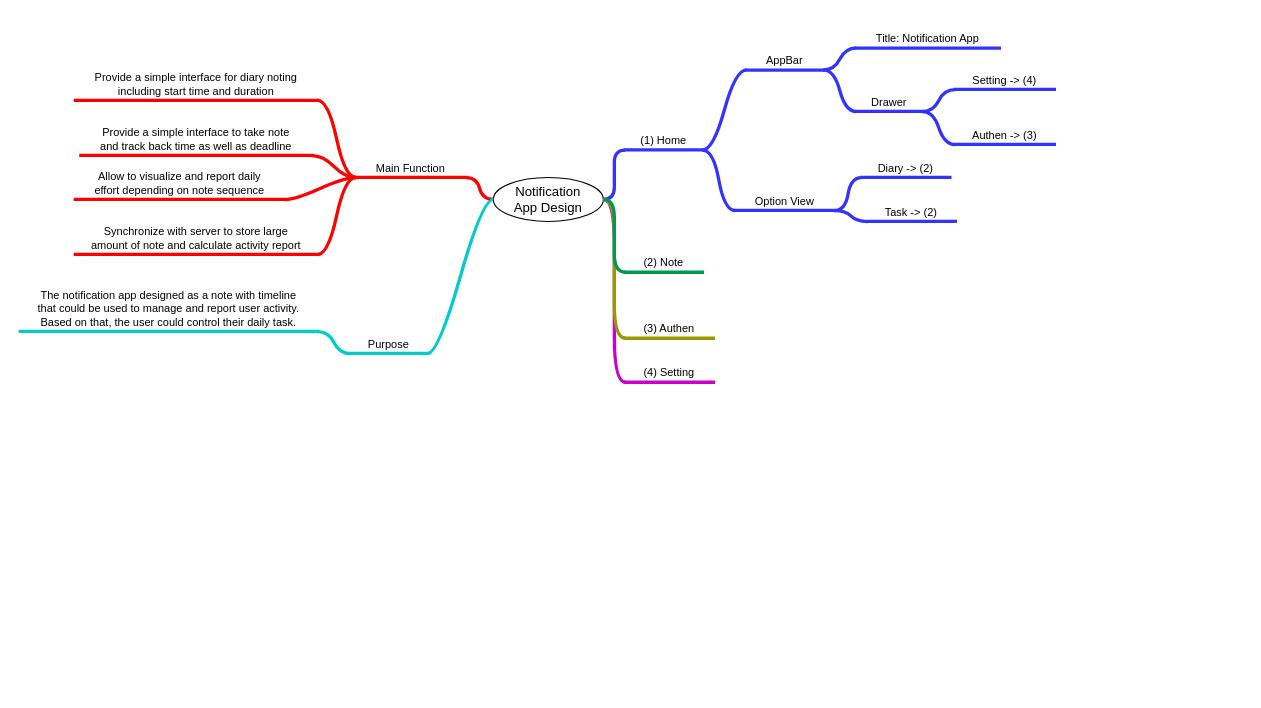
Above: frontend/docs/app_design.drawio in larycoder/notification (draw.io), before the change. Source tidied: cells renumbered, new cells numbered last; positions are measured from the earlier drawing's top-left corner, leaving out a move shared by most shapes. Both pictures are drawn from the tidied source at 110%, with x=0, y=0 at pixel (20, 19).
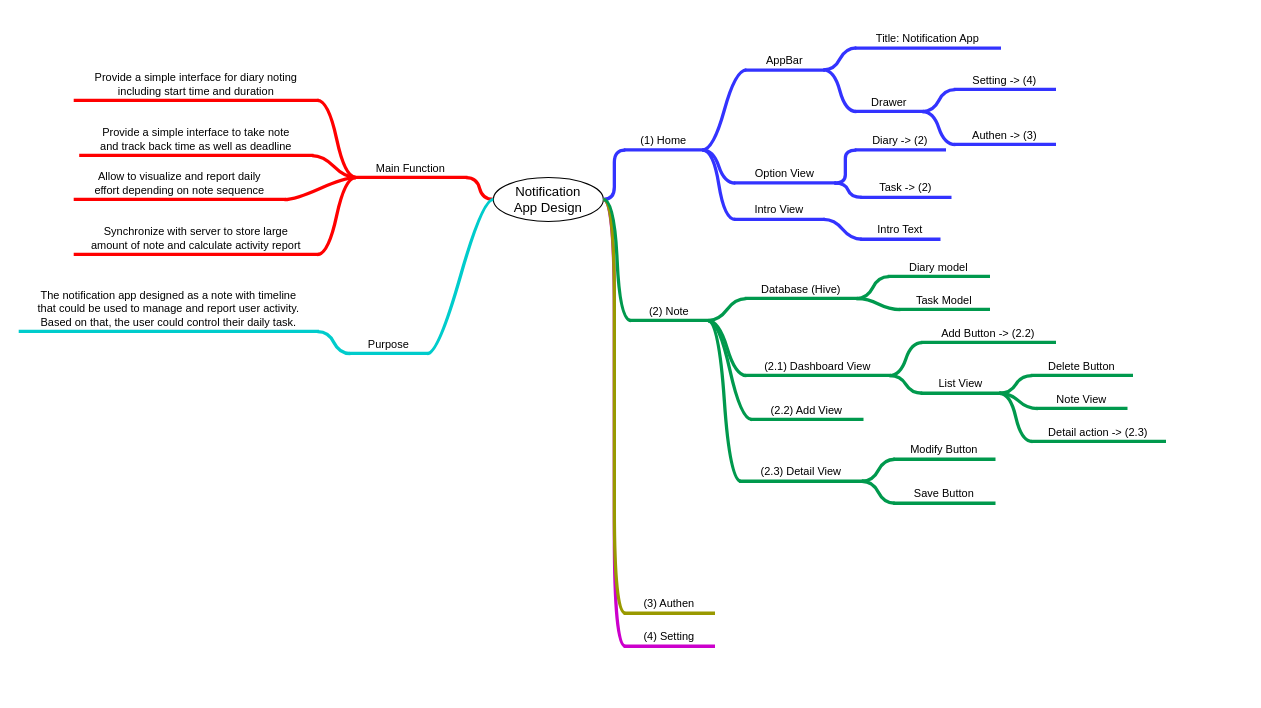
Above is the later version.

Commit message (it also covers changes not shown here):
LH    : update design for note view and add database package

The change refers to these unchanged cells:
```xml
<mxCell id="2" style="swimlane;startSize=0;horizontal=1;containerType=tree;strokeColor=none;" parent="1" vertex="1">
  <mxGeometry x="70" width="1040" height="610" as="geometry" />
</mxCell>
<mxCell id="18" value="(1) Home" style="whiteSpace=wrap;html=1;shape=partialRectangle;top=0;left=0;bottom=1;right=0;points=[[0,1],[1,1]];fillColor=none;align=center;verticalAlign=bottom;routingCenterY=0.5;snapToPoint=1;newEdgeStyle={&quot;edgeStyle&quot;:&quot;entityRelationEdgeStyle&quot;,&quot;startArrow&quot;:&quot;none&quot;,&quot;endArrow&quot;:&quot;none&quot;,&quot;segment&quot;:10,&quot;curved&quot;:1};fontSize=10;strokeColor=#3333FF;strokeWidth=3;" parent="2" vertex="1">
  <mxGeometry x="480" y="98.8" width="70" height="20" as="geometry" />
</mxCell>
```

Change to the diagram source:
```diff
@@
     <mxCell id="22" value="Option View" style="whiteSpace=wrap;html=1;shape=partialRectangle;top=0;left=0;bottom=1;right=0;points=[[0,1],[1,1]];fillColor=none;align=center;verticalAlign=bottom;routingCenterY=0.5;snapToPoint=1;newEdgeStyle={&quot;edgeStyle&quot;:&quot;entityRelationEdgeStyle&quot;,&quot;startArrow&quot;:&quot;none&quot;,&quot;endArrow&quot;:&quot;none&quot;,&quot;segment&quot;:10,&quot;curved&quot;:1};fontSize=10;strokeColor=#3333FF;strokeWidth=3;" parent="2" vertex="1">
-      <mxGeometry x="580" y="153.8" width="90" height="20" as="geometry" />
+      <mxGeometry x="580" y="128.8" width="90" height="20" as="geometry" />
     </mxCell>
@@
     <mxCell id="32" value="Diary -&amp;gt; (2)" style="whiteSpace=wrap;html=1;shape=partialRectangle;top=0;left=0;bottom=1;right=0;points=[[0,1],[1,1]];fillColor=none;align=center;verticalAlign=bottom;routingCenterY=0.5;snapToPoint=1;newEdgeStyle={&quot;edgeStyle&quot;:&quot;entityRelationEdgeStyle&quot;,&quot;startArrow&quot;:&quot;none&quot;,&quot;endArrow&quot;:&quot;none&quot;,&quot;segment&quot;:10,&quot;curved&quot;:1};fontSize=10;strokeColor=#3333FF;strokeWidth=3;" parent="2" vertex="1">
-      <mxGeometry x="695" y="123.8" width="80" height="20" as="geometry" />
+      <mxGeometry x="690" y="98.8" width="80" height="20" as="geometry" />
     </mxCell>
@@
     <mxCell id="34" value="Task -&amp;gt; (2)" style="whiteSpace=wrap;html=1;shape=partialRectangle;top=0;left=0;bottom=1;right=0;points=[[0,1],[1,1]];fillColor=none;align=center;verticalAlign=bottom;routingCenterY=0.5;snapToPoint=1;newEdgeStyle={&quot;edgeStyle&quot;:&quot;entityRelationEdgeStyle&quot;,&quot;startArrow&quot;:&quot;none&quot;,&quot;endArrow&quot;:&quot;none&quot;,&quot;segment&quot;:10,&quot;curved&quot;:1};fontSize=10;strokeColor=#3333FF;strokeWidth=3;" parent="2" vertex="1">
-      <mxGeometry x="700" y="163.8" width="80" height="20" as="geometry" />
+      <mxGeometry x="695" y="141.9" width="80" height="20" as="geometry" />
     </mxCell>
@@
     <mxCell id="36" value="(4) Setting" style="whiteSpace=wrap;html=1;shape=partialRectangle;top=0;left=0;bottom=1;right=0;points=[[0,1],[1,1]];fillColor=none;align=center;verticalAlign=bottom;routingCenterY=0.5;snapToPoint=1;newEdgeStyle={&quot;edgeStyle&quot;:&quot;entityRelationEdgeStyle&quot;,&quot;startArrow&quot;:&quot;none&quot;,&quot;endArrow&quot;:&quot;none&quot;,&quot;segment&quot;:10,&quot;curved&quot;:1};fontSize=10;strokeColor=#CC00CC;strokeWidth=3;" parent="2" vertex="1">
-      <mxGeometry x="480" y="310" width="80" height="20" as="geometry" />
+      <mxGeometry x="480" y="550" width="80" height="20" as="geometry" />
     </mxCell>
@@
     <mxCell id="38" value="(3) Authen" style="whiteSpace=wrap;html=1;shape=partialRectangle;top=0;left=0;bottom=1;right=0;points=[[0,1],[1,1]];fillColor=none;align=center;verticalAlign=bottom;routingCenterY=0.5;snapToPoint=1;newEdgeStyle={&quot;edgeStyle&quot;:&quot;entityRelationEdgeStyle&quot;,&quot;startArrow&quot;:&quot;none&quot;,&quot;endArrow&quot;:&quot;none&quot;,&quot;segment&quot;:10,&quot;curved&quot;:1};fontSize=10;strokeColor=#999900;strokeWidth=3;" parent="2" vertex="1">
-      <mxGeometry x="480" y="270" width="80" height="20" as="geometry" />
+      <mxGeometry x="480" y="520" width="80" height="20" as="geometry" />
     </mxCell>
@@
     <mxCell id="40" value="(2) Note" style="whiteSpace=wrap;html=1;shape=partialRectangle;top=0;left=0;bottom=1;right=0;points=[[0,1],[1,1]];fillColor=none;align=center;verticalAlign=bottom;routingCenterY=0.5;snapToPoint=1;newEdgeStyle={&quot;edgeStyle&quot;:&quot;entityRelationEdgeStyle&quot;,&quot;startArrow&quot;:&quot;none&quot;,&quot;endArrow&quot;:&quot;none&quot;,&quot;segment&quot;:10,&quot;curved&quot;:1};fontSize=10;strokeColor=#00994D;strokeWidth=3;" parent="2" vertex="1">
-      <mxGeometry x="480" y="210" width="70" height="20" as="geometry" />
+      <mxGeometry x="485" y="253.8" width="70" height="20" as="geometry" />
     </mxCell>
@@
+    <mxCell id="42" value="Intro View" style="whiteSpace=wrap;html=1;shape=partialRectangle;top=0;left=0;bottom=1;right=0;points=[[0,1],[1,1]];fillColor=none;align=center;verticalAlign=bottom;routingCenterY=0.5;snapToPoint=1;newEdgeStyle={&quot;edgeStyle&quot;:&quot;entityRelationEdgeStyle&quot;,&quot;startArrow&quot;:&quot;none&quot;,&quot;endArrow&quot;:&quot;none&quot;,&quot;segment&quot;:10,&quot;curved&quot;:1};strokeColor=#3333FF;strokeWidth=3;fontSize=10;" parent="2" vertex="1">
+      <mxGeometry x="580" y="161.9" width="80" height="20" as="geometry" />
+    </mxCell>
+    <mxCell id="43" style="edgeStyle=entityRelationEdgeStyle;startArrow=none;endArrow=none;segment=10;curved=1;rounded=0;strokeColor=#3333FF;strokeWidth=3;" parent="2" edge="1" source="18" target="42">
+      <mxGeometry relative="1" as="geometry" />
+    </mxCell>
+    <mxCell id="44" value="Intro Text" style="whiteSpace=wrap;html=1;shape=partialRectangle;top=0;left=0;bottom=1;right=0;points=[[0,1],[1,1]];fillColor=none;align=center;verticalAlign=bottom;routingCenterY=0.5;snapToPoint=1;newEdgeStyle={&quot;edgeStyle&quot;:&quot;entityRelationEdgeStyle&quot;,&quot;startArrow&quot;:&quot;none&quot;,&quot;endArrow&quot;:&quot;none&quot;,&quot;segment&quot;:10,&quot;curved&quot;:1};fontSize=10;strokeColor=#3333FF;strokeWidth=3;" parent="2" vertex="1">
+      <mxGeometry x="695" y="180" width="70" height="20" as="geometry" />
+    </mxCell>
+    <mxCell id="45" style="edgeStyle=entityRelationEdgeStyle;startArrow=none;endArrow=none;segment=10;curved=1;rounded=0;fontSize=10;strokeColor=#3333FF;strokeWidth=3;" parent="2" edge="1" source="42" target="44">
+      <mxGeometry relative="1" as="geometry" />
+    </mxCell>
+    <mxCell id="46" value="Database (Hive)" style="whiteSpace=wrap;html=1;shape=partialRectangle;top=0;left=0;bottom=1;right=0;points=[[0,1],[1,1]];fillColor=none;align=center;verticalAlign=bottom;routingCenterY=0.5;snapToPoint=1;newEdgeStyle={&quot;edgeStyle&quot;:&quot;entityRelationEdgeStyle&quot;,&quot;startArrow&quot;:&quot;none&quot;,&quot;endArrow&quot;:&quot;none&quot;,&quot;segment&quot;:10,&quot;curved&quot;:1};fontSize=10;strokeColor=#00994D;strokeWidth=3;" parent="2" vertex="1">
+      <mxGeometry x="590" y="233.8" width="100" height="20" as="geometry" />
+    </mxCell>
+    <mxCell id="47" style="edgeStyle=entityRelationEdgeStyle;startArrow=none;endArrow=none;segment=10;curved=1;rounded=0;fontSize=10;strokeColor=#00994D;strokeWidth=3;" parent="2" edge="1" source="40" target="46">
+      <mxGeometry relative="1" as="geometry" />
+    </mxCell>
+    <mxCell id="48" value="Diary model" style="whiteSpace=wrap;html=1;shape=partialRectangle;top=0;left=0;bottom=1;right=0;points=[[0,1],[1,1]];fillColor=none;align=center;verticalAlign=bottom;routingCenterY=0.5;snapToPoint=1;newEdgeStyle={&quot;edgeStyle&quot;:&quot;entityRelationEdgeStyle&quot;,&quot;startArrow&quot;:&quot;none&quot;,&quot;endArrow&quot;:&quot;none&quot;,&quot;segment&quot;:10,&quot;curved&quot;:1};fontSize=10;fontColor=#000000;strokeColor=#00994D;strokeWidth=3;" parent="2" vertex="1">
+      <mxGeometry x="720" y="213.8" width="90" height="20" as="geometry" />
+    </mxCell>
+    <mxCell id="49" style="edgeStyle=entityRelationEdgeStyle;startArrow=none;endArrow=none;segment=10;curved=1;rounded=0;fontSize=10;fontColor=#00994D;strokeColor=#00994D;strokeWidth=3;" parent="2" edge="1" source="46" target="48">
+      <mxGeometry relative="1" as="geometry" />
+    </mxCell>
+    <mxCell id="50" value="Task Model" style="whiteSpace=wrap;html=1;shape=partialRectangle;top=0;left=0;bottom=1;right=0;points=[[0,1],[1,1]];fillColor=none;align=center;verticalAlign=bottom;routingCenterY=0.5;snapToPoint=1;newEdgeStyle={&quot;edgeStyle&quot;:&quot;entityRelationEdgeStyle&quot;,&quot;startArrow&quot;:&quot;none&quot;,&quot;endArrow&quot;:&quot;none&quot;,&quot;segment&quot;:10,&quot;curved&quot;:1};fontSize=10;fontColor=#000000;strokeColor=#00994D;strokeWidth=3;" parent="2" vertex="1">
+      <mxGeometry x="730" y="243.8" width="80" height="20" as="geometry" />
+    </mxCell>
+    <mxCell id="51" style="edgeStyle=entityRelationEdgeStyle;startArrow=none;endArrow=none;segment=10;curved=1;rounded=0;fontSize=10;fontColor=#000000;strokeColor=#00994D;strokeWidth=3;" parent="2" edge="1" source="46" target="50">
+      <mxGeometry relative="1" as="geometry" />
+    </mxCell>
+    <mxCell id="52" value="(2.1) Dashboard View" style="whiteSpace=wrap;html=1;shape=partialRectangle;top=0;left=0;bottom=1;right=0;points=[[0,1],[1,1]];fillColor=none;align=center;verticalAlign=bottom;routingCenterY=0.5;snapToPoint=1;newEdgeStyle={&quot;edgeStyle&quot;:&quot;entityRelationEdgeStyle&quot;,&quot;startArrow&quot;:&quot;none&quot;,&quot;endArrow&quot;:&quot;none&quot;,&quot;segment&quot;:10,&quot;curved&quot;:1};fontSize=10;fontColor=#000000;strokeColor=#00994D;strokeWidth=3;" parent="2" vertex="1">
+      <mxGeometry x="590" y="303.8" width="130" height="20" as="geometry" />
+    </mxCell>
+    <mxCell id="53" style="edgeStyle=entityRelationEdgeStyle;startArrow=none;endArrow=none;segment=10;curved=1;rounded=0;fontSize=10;fontColor=#000000;strokeColor=#00994D;strokeWidth=3;" parent="2" edge="1" source="40" target="52">
+      <mxGeometry relative="1" as="geometry" />
+    </mxCell>
+    <mxCell id="54" value="Add Button -&amp;gt; (2.2)" style="whiteSpace=wrap;html=1;shape=partialRectangle;top=0;left=0;bottom=1;right=0;points=[[0,1],[1,1]];fillColor=none;align=center;verticalAlign=bottom;routingCenterY=0.5;snapToPoint=1;newEdgeStyle={&quot;edgeStyle&quot;:&quot;entityRelationEdgeStyle&quot;,&quot;startArrow&quot;:&quot;none&quot;,&quot;endArrow&quot;:&quot;none&quot;,&quot;segment&quot;:10,&quot;curved&quot;:1};fontSize=10;fontColor=#000000;strokeColor=#00994D;strokeWidth=3;" parent="2" vertex="1">
+      <mxGeometry x="750" y="273.8" width="120" height="20" as="geometry" />
+    </mxCell>
+    <mxCell id="55" style="edgeStyle=entityRelationEdgeStyle;startArrow=none;endArrow=none;segment=10;curved=1;rounded=0;fontSize=10;fontColor=#000000;strokeColor=#00994D;strokeWidth=3;" parent="2" edge="1" source="52" target="54">
+      <mxGeometry relative="1" as="geometry" />
+    </mxCell>
+    <mxCell id="56" value="Delete Button" style="whiteSpace=wrap;html=1;shape=partialRectangle;top=0;left=0;bottom=1;right=0;points=[[0,1],[1,1]];fillColor=none;align=center;verticalAlign=bottom;routingCenterY=0.5;snapToPoint=1;newEdgeStyle={&quot;edgeStyle&quot;:&quot;entityRelationEdgeStyle&quot;,&quot;startArrow&quot;:&quot;none&quot;,&quot;endArrow&quot;:&quot;none&quot;,&quot;segment&quot;:10,&quot;curved&quot;:1};fontSize=10;fontColor=#000000;strokeColor=#00994D;strokeWidth=3;" parent="2" vertex="1">
+      <mxGeometry x="850" y="303.8" width="90" height="20" as="geometry" />
+    </mxCell>
+    <mxCell id="57" style="edgeStyle=entityRelationEdgeStyle;startArrow=none;endArrow=none;segment=10;curved=1;rounded=0;fontSize=10;fontColor=#000000;strokeColor=#00994D;strokeWidth=3;" parent="2" edge="1" source="60" target="56">
+      <mxGeometry relative="1" as="geometry" />
+    </mxCell>
+    <mxCell id="58" value="&lt;div&gt;(2.2) Add View&lt;/div&gt;" style="whiteSpace=wrap;html=1;shape=partialRectangle;top=0;left=0;bottom=1;right=0;points=[[0,1],[1,1]];fillColor=none;align=center;verticalAlign=bottom;routingCenterY=0.5;snapToPoint=1;newEdgeStyle={&quot;edgeStyle&quot;:&quot;entityRelationEdgeStyle&quot;,&quot;startArrow&quot;:&quot;none&quot;,&quot;endArrow&quot;:&quot;none&quot;,&quot;segment&quot;:10,&quot;curved&quot;:1};fontSize=10;fontColor=#000000;strokeColor=#00994D;strokeWidth=3;" parent="2" vertex="1">
+      <mxGeometry x="595" y="343.8" width="100" height="20" as="geometry" />
+    </mxCell>
+    <mxCell id="59" style="edgeStyle=entityRelationEdgeStyle;startArrow=none;endArrow=none;segment=10;curved=1;rounded=0;fontSize=10;fontColor=#000000;strokeColor=#00994D;strokeWidth=3;" parent="2" edge="1" source="40" target="58">
+      <mxGeometry relative="1" as="geometry" />
+    </mxCell>
+    <mxCell id="60" value="List View" style="whiteSpace=wrap;html=1;shape=partialRectangle;top=0;left=0;bottom=1;right=0;points=[[0,1],[1,1]];fillColor=none;align=center;verticalAlign=bottom;routingCenterY=0.5;snapToPoint=1;newEdgeStyle={&quot;edgeStyle&quot;:&quot;entityRelationEdgeStyle&quot;,&quot;startArrow&quot;:&quot;none&quot;,&quot;endArrow&quot;:&quot;none&quot;,&quot;segment&quot;:10,&quot;curved&quot;:1};fontSize=10;fontColor=#000000;strokeColor=#00994D;strokeWidth=3;" parent="2" vertex="1">
+      <mxGeometry x="750" y="320" width="70" height="20" as="geometry" />
+    </mxCell>
+    <mxCell id="61" style="edgeStyle=entityRelationEdgeStyle;startArrow=none;endArrow=none;segment=10;curved=1;rounded=0;fontSize=10;fontColor=#000000;strokeColor=#00994D;strokeWidth=3;" parent="2" edge="1" source="52" target="60">
+      <mxGeometry relative="1" as="geometry" />
+    </mxCell>
+    <mxCell id="62" style="edgeStyle=entityRelationEdgeStyle;startArrow=none;endArrow=none;segment=10;curved=1;rounded=0;fontSize=10;fontColor=#000000;strokeColor=#00994D;strokeWidth=3;" parent="2" edge="1" source="60" target="63">
+      <mxGeometry relative="1" as="geometry" />
+    </mxCell>
+    <mxCell id="63" value="Note View" style="whiteSpace=wrap;html=1;shape=partialRectangle;top=0;left=0;bottom=1;right=0;points=[[0,1],[1,1]];fillColor=none;align=center;verticalAlign=bottom;routingCenterY=0.5;snapToPoint=1;newEdgeStyle={&quot;edgeStyle&quot;:&quot;entityRelationEdgeStyle&quot;,&quot;startArrow&quot;:&quot;none&quot;,&quot;endArrow&quot;:&quot;none&quot;,&quot;segment&quot;:10,&quot;curved&quot;:1};fontSize=10;fontColor=#000000;strokeColor=#00994D;strokeWidth=3;" parent="2" vertex="1">
+      <mxGeometry x="855" y="333.8" width="80" height="20" as="geometry" />
+    </mxCell>
+    <mxCell id="64" style="edgeStyle=entityRelationEdgeStyle;startArrow=none;endArrow=none;segment=10;curved=1;rounded=0;fontSize=10;fontColor=#000000;strokeColor=#00994D;strokeWidth=3;" parent="2" edge="1" source="60" target="65">
+      <mxGeometry relative="1" as="geometry" />
+    </mxCell>
+    <mxCell id="65" value="Detail action -&amp;gt; (2.3)" style="whiteSpace=wrap;html=1;shape=partialRectangle;top=0;left=0;bottom=1;right=0;points=[[0,1],[1,1]];fillColor=none;align=center;verticalAlign=bottom;routingCenterY=0.5;snapToPoint=1;newEdgeStyle={&quot;edgeStyle&quot;:&quot;entityRelationEdgeStyle&quot;,&quot;startArrow&quot;:&quot;none&quot;,&quot;endArrow&quot;:&quot;none&quot;,&quot;segment&quot;:10,&quot;curved&quot;:1};fontSize=10;fontColor=#000000;strokeColor=#00994D;strokeWidth=3;" parent="2" vertex="1">
+      <mxGeometry x="850" y="363.8" width="120" height="20" as="geometry" />
+    </mxCell>
+    <mxCell id="66" style="edgeStyle=entityRelationEdgeStyle;startArrow=none;endArrow=none;segment=10;curved=1;rounded=0;fontSize=10;fontColor=#000000;strokeColor=#00994D;strokeWidth=3;" parent="2" edge="1" source="40" target="67">
+      <mxGeometry relative="1" as="geometry" />
+    </mxCell>
+    <mxCell id="67" value="&lt;div&gt;(2.3) Detail View&lt;br&gt;&lt;/div&gt;" style="whiteSpace=wrap;html=1;shape=partialRectangle;top=0;left=0;bottom=1;right=0;points=[[0,1],[1,1]];fillColor=none;align=center;verticalAlign=bottom;routingCenterY=0.5;snapToPoint=1;newEdgeStyle={&quot;edgeStyle&quot;:&quot;entityRelationEdgeStyle&quot;,&quot;startArrow&quot;:&quot;none&quot;,&quot;endArrow&quot;:&quot;none&quot;,&quot;segment&quot;:10,&quot;curved&quot;:1};fontSize=10;fontColor=#000000;strokeColor=#00994D;strokeWidth=3;" parent="2" vertex="1">
+      <mxGeometry x="585" y="400" width="110" height="20" as="geometry" />
+    </mxCell>
+    <mxCell id="68" style="edgeStyle=entityRelationEdgeStyle;startArrow=none;endArrow=none;segment=10;curved=1;rounded=0;fontSize=10;fontColor=#000000;strokeColor=#00994D;strokeWidth=3;" parent="2" edge="1" source="67" target="69">
+      <mxGeometry relative="1" as="geometry" />
+    </mxCell>
+    <mxCell id="69" value="Modify Button" style="whiteSpace=wrap;html=1;shape=partialRectangle;top=0;left=0;bottom=1;right=0;points=[[0,1],[1,1]];fillColor=none;align=center;verticalAlign=bottom;routingCenterY=0.5;snapToPoint=1;newEdgeStyle={&quot;edgeStyle&quot;:&quot;entityRelationEdgeStyle&quot;,&quot;startArrow&quot;:&quot;none&quot;,&quot;endArrow&quot;:&quot;none&quot;,&quot;segment&quot;:10,&quot;curved&quot;:1};fontSize=10;fontColor=#000000;strokeColor=#00994D;strokeWidth=3;" parent="2" vertex="1">
+      <mxGeometry x="725" y="380" width="90" height="20" as="geometry" />
+    </mxCell>
+    <mxCell id="70" style="edgeStyle=entityRelationEdgeStyle;startArrow=none;endArrow=none;segment=10;curved=1;rounded=0;fontSize=10;fontColor=#000000;strokeColor=#00994D;strokeWidth=3;" parent="2" edge="1" source="67" target="71">
+      <mxGeometry relative="1" as="geometry" />
+    </mxCell>
+    <mxCell id="71" value="Save Button" style="whiteSpace=wrap;html=1;shape=partialRectangle;top=0;left=0;bottom=1;right=0;points=[[0,1],[1,1]];fillColor=none;align=center;verticalAlign=bottom;routingCenterY=0.5;snapToPoint=1;newEdgeStyle={&quot;edgeStyle&quot;:&quot;entityRelationEdgeStyle&quot;,&quot;startArrow&quot;:&quot;none&quot;,&quot;endArrow&quot;:&quot;none&quot;,&quot;segment&quot;:10,&quot;curved&quot;:1};fontSize=10;fontColor=#000000;strokeColor=#00994D;strokeWidth=3;" parent="2" vertex="1">
+      <mxGeometry x="725" y="420" width="90" height="20" as="geometry" />
+    </mxCell>
```
